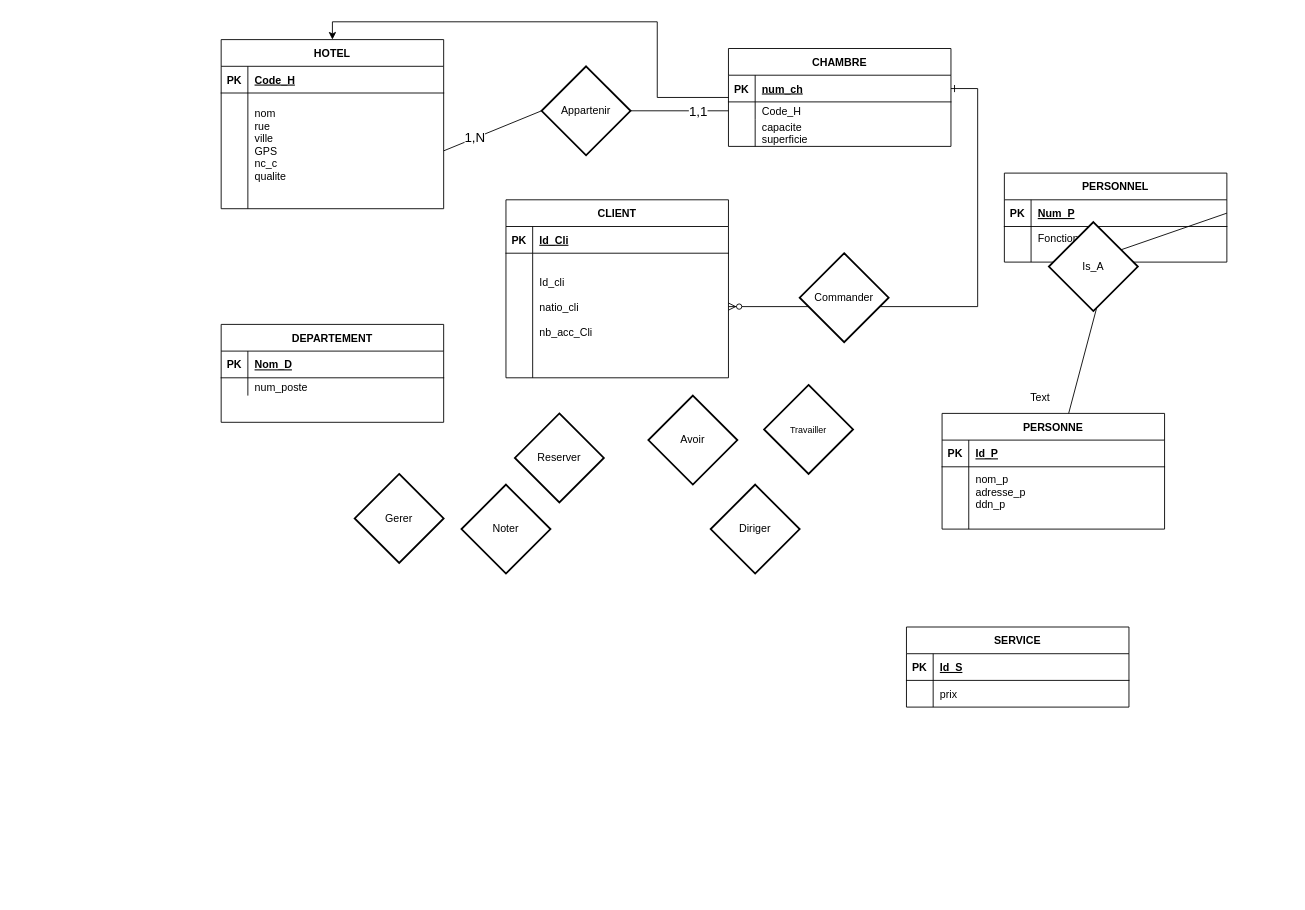
Before: bd/diagramme_EA_SAE.drawio in Loris-Gr/repertoire-iut, a draw.io diagram. Source tidied: cells renumbered, new cells numbered last; positions are measured from the earlier drawing's top-left corner, leaving out a move shared by most shapes. Both pictures are drawn from the tidied source at 89%, with x=0, y=0 at pixel (221, 21).
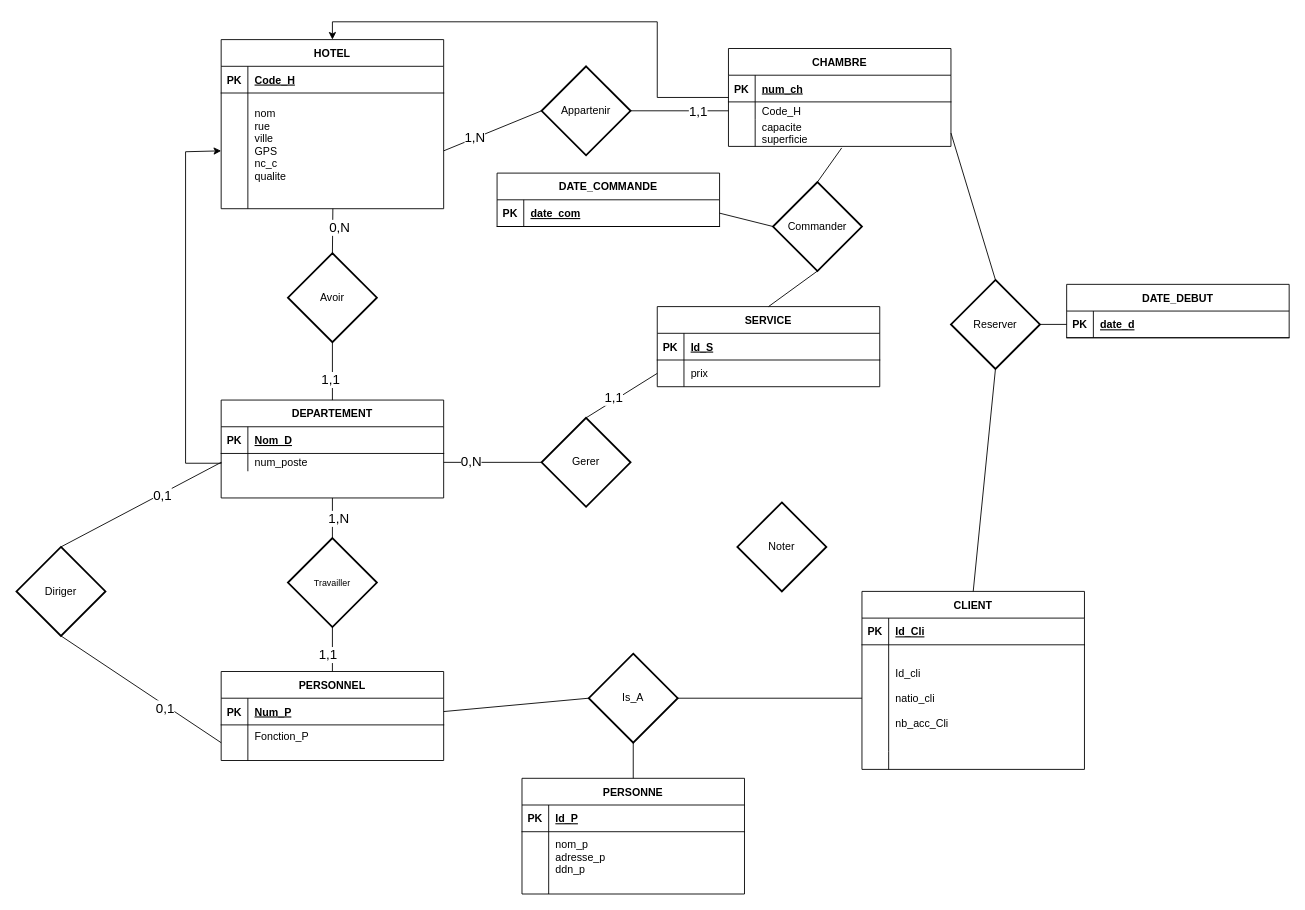
After the change.

Commit message (it also covers changes not shown here):
Mettre à jour diagramme_EA_SAE.drawio

The change refers to these unchanged cells:
```xml
<mxCell id="7" style="shape=partialRectangle;fillColor=none;points=[[0,0.5],[1,0.5]];portConstraint=eastwest;top=0;left=0;right=0;bottom=0;" parent="3" vertex="1">
  <mxGeometry y="60" width="250" height="130" as="geometry" />
</mxCell>
<mxCell id="14" style="shape=partialRectangle;fillColor=none;points=[[0,0.5],[1,0.5]];portConstraint=eastwest;top=0;left=0;right=0;bottom=0;" parent="10" vertex="1">
  <mxGeometry y="60" width="250" height="20" as="geometry" />
</mxCell>
<mxCell id="18" style="shape=partialRectangle;fillColor=none;points=[[0,0.5],[1,0.5]];portConstraint=eastwest;top=0;left=0;right=0;bottom=1;" parent="17" vertex="1">
  <mxGeometry y="30" width="250" height="30" as="geometry" />
</mxCell>
<mxCell id="21" style="shape=partialRectangle;fillColor=none;points=[[0,0.5],[1,0.5]];portConstraint=eastwest;top=0;left=0;right=0;bottom=0;" parent="17" vertex="1">
  <mxGeometry y="60" width="250" height="40" as="geometry" />
</mxCell>
<mxCell id="28" style="shape=partialRectangle;fillColor=none;points=[[0,0.5],[1,0.5]];portConstraint=eastwest;top=0;left=0;right=0;bottom=0;" parent="24" vertex="1">
  <mxGeometry y="60" width="250" height="30" as="geometry" />
</mxCell>
<mxCell id="42" style="shape=partialRectangle;fillColor=none;points=[[0,0.5],[1,0.5]];portConstraint=eastwest;top=0;left=0;right=0;bottom=0;" parent="38" vertex="1">
  <mxGeometry y="60" width="250" height="120" as="geometry" />
</mxCell>
<mxCell id="50" style="shape=partialRectangle;fillColor=none;points=[[0,0.5],[1,0.5]];portConstraint=eastwest;top=0;left=0;right=0;bottom=1;" parent="49" vertex="1">
  <mxGeometry y="30" width="250" height="30" as="geometry" />
</mxCell>
<mxCell id="56" style="shape=partialRectangle;fillColor=none;points=[[0,0.5],[1,0.5]];portConstraint=eastwest;top=0;left=0;right=0;bottom=0;" parent="49" vertex="1">
  <mxGeometry y="80" width="250" height="30" as="geometry" />
</mxCell>
```

What changed in the source:
```diff
@@
-    <mxCell id="2" style="edgeStyle=entityRelationEdgeStyle;endArrow=ERzeroToMany;startArrow=ERone;endFill=1;startFill=0;rounded=0;" parent="1" edge="1" source="50" target="42">
-      <mxGeometry relative="1" as="geometry" />
-    </mxCell>
@@
+    <mxCell id="74" style="edgeStyle=orthogonalEdgeStyle;rounded=0;jettySize=auto;html=1;entryX=0;entryY=0.5;entryDx=0;entryDy=0;exitX=0;exitY=0.5;exitDx=0;exitDy=0;" parent="1" edge="1" source="14" target="7">
+      <mxGeometry relative="1" as="geometry">
+        <Array as="points">
+          <mxPoint x="-40" y="496" />
+          <mxPoint x="-40" y="146" />
+        </Array>
+      </mxGeometry>
+    </mxCell>
     <mxCell id="10" value="DEPARTEMENT" style="shape=table;startSize=30;childLayout=tableLayout;rowLines=0;fontStyle=1;align=center;" parent="1" vertex="1">
-      <mxGeometry y="340" width="250" height="110" as="geometry" />
+      <mxGeometry y="425" width="250" height="110" as="geometry" />
     </mxCell>
@@
     <mxCell id="17" value="PERSONNEL" style="shape=table;startSize=30;childLayout=tableLayout;rowLines=0;fontStyle=1;align=center;" parent="1" vertex="1">
-      <mxGeometry x="880" y="170" width="250" height="100" as="geometry" />
+      <mxGeometry y="730" width="250" height="100" as="geometry" />
     </mxCell>
@@
     <mxCell id="24" value="SERVICE" style="shape=table;startSize=30;childLayout=tableLayout;rowLines=0;fontStyle=1;align=center;" parent="1" vertex="1">
-      <mxGeometry x="770" y="680" width="250" height="90" as="geometry" />
+      <mxGeometry x="490" y="320" width="250" height="90" as="geometry" />
     </mxCell>
@@
     <mxCell id="31" value="PERSONNE" style="shape=table;startSize=30;childLayout=tableLayout;rowLines=0;fontStyle=1;align=center;" parent="1" vertex="1">
-      <mxGeometry x="810" y="440" width="250" height="130" as="geometry" />
+      <mxGeometry x="338" y="850" width="250" height="130" as="geometry" />
     </mxCell>
@@
     <mxCell id="38" value="CLIENT" style="shape=table;startSize=30;childLayout=tableLayout;rowLines=0;fontStyle=1;align=center;" parent="1" vertex="1">
-      <mxGeometry x="320" y="200" width="250" height="200" as="geometry" />
+      <mxGeometry x="720" y="640" width="250" height="200" as="geometry" />
     </mxCell>
@@
-    <mxCell id="59" style="endArrow=none;html=1;rounded=0;entryX=1;entryY=0.5;entryDx=0;entryDy=0;" parent="1" edge="1" source="31" target="18">
-      <mxGeometry relative="1" as="geometry">
-        <Array as="points">
-          <mxPoint x="1000" y="260" />
-        </Array>
-      </mxGeometry>
+    <mxCell id="59" style="endArrow=none;html=1;rounded=0;entryX=1;entryY=0.5;entryDx=0;entryDy=0;exitX=0;exitY=0.5;exitDx=0;exitDy=0;exitPerimeter=0;" parent="1" edge="1" source="68" target="18">
+      <mxGeometry relative="1" as="geometry" />
     </mxCell>
-    <mxCell id="60" value="Text" style="text;html=1;align=center;verticalAlign=middle;strokeColor=none;fillColor=none;" parent="1" vertex="1">
-      <mxGeometry x="895" y="408" width="50" height="30" as="geometry" />
-    </mxCell>
     <mxCell id="61" value="Reserver" style="strokeWidth=2;html=1;shape=mxgraph.flowchart.decision;whiteSpace=wrap;" parent="1" vertex="1">
-      <mxGeometry x="330" y="440" width="100" height="100" as="geometry" />
+      <mxGeometry x="820" y="290" width="100" height="100" as="geometry" />
     </mxCell>
     <mxCell id="62" value="Commander" style="strokeWidth=2;html=1;shape=mxgraph.flowchart.decision;whiteSpace=wrap;" parent="1" vertex="1">
-      <mxGeometry x="650" y="260" width="100" height="100" as="geometry" />
+      <mxGeometry x="620" y="180" width="100" height="100" as="geometry" />
     </mxCell>
     <mxCell id="63" value="Noter" style="strokeWidth=2;html=1;shape=mxgraph.flowchart.decision;whiteSpace=wrap;" parent="1" vertex="1">
-      <mxGeometry x="270" y="520" width="100" height="100" as="geometry" />
+      <mxGeometry x="580" y="540" width="100" height="100" as="geometry" />
     </mxCell>
     <mxCell id="64" value="Avoir" style="strokeWidth=2;html=1;shape=mxgraph.flowchart.decision;whiteSpace=wrap;" parent="1" vertex="1">
-      <mxGeometry x="480" y="420" width="100" height="100" as="geometry" />
+      <mxGeometry x="75" y="260" width="100" height="100" as="geometry" />
     </mxCell>
     <mxCell id="65" value="Gerer" style="strokeWidth=2;html=1;shape=mxgraph.flowchart.decision;whiteSpace=wrap;" parent="1" vertex="1">
-      <mxGeometry x="150" y="508" width="100" height="100" as="geometry" />
+      <mxGeometry x="360" y="445" width="100" height="100" as="geometry" />
     </mxCell>
     <mxCell id="66" value="Diriger" style="strokeWidth=2;html=1;shape=mxgraph.flowchart.decision;whiteSpace=wrap;" parent="1" vertex="1">
-      <mxGeometry x="550" y="520" width="100" height="100" as="geometry" />
+      <mxGeometry x="-230" y="590" width="100" height="100" as="geometry" />
     </mxCell>
     <mxCell id="67" value="&lt;font size=&quot;1&quot;&gt;Travailler&lt;/font&gt;" style="strokeWidth=2;html=1;shape=mxgraph.flowchart.decision;whiteSpace=wrap;" parent="1" vertex="1">
-      <mxGeometry x="610" y="408" width="100" height="100" as="geometry" />
+      <mxGeometry x="75" y="580" width="100" height="100" as="geometry" />
     </mxCell>
     <mxCell id="68" value="Is_A" style="strokeWidth=2;html=1;shape=mxgraph.flowchart.decision;whiteSpace=wrap;" parent="1" vertex="1">
-      <mxGeometry x="930" y="225" width="100" height="100" as="geometry" />
+      <mxGeometry x="413" y="710" width="100" height="100" as="geometry" />
     </mxCell>
@@
+    <mxCell id="75" style="endArrow=none;html=1;rounded=0;exitX=0.5;exitY=0;exitDx=0;exitDy=0;entryX=0.5;entryY=1;entryDx=0;entryDy=0;entryPerimeter=0;" parent="1" edge="1" source="10" target="64">
+      <mxGeometry relative="1" as="geometry" />
+    </mxCell>
+    <mxCell id="76" value="&lt;font style=&quot;font-size: 15px;&quot;&gt;1,1&lt;br&gt;&lt;/font&gt;" style="edgeLabel;html=1;align=center;verticalAlign=middle;" parent="75" vertex="1">
+      <mxGeometry x="-0.27" y="3" relative="1" as="geometry" />
+    </mxCell>
+    <mxCell id="77" style="endArrow=none;html=1;rounded=0;exitX=0.5;exitY=0;exitDx=0;exitDy=0;entryX=0.502;entryY=1;entryDx=0;entryDy=0;entryPerimeter=0;exitPerimeter=0;" parent="1" edge="1" source="64" target="7">
+      <mxGeometry relative="1" as="geometry" />
+    </mxCell>
+    <mxCell id="78" value="&lt;font style=&quot;font-size: 15px;&quot;&gt;0,N&lt;/font&gt;" style="edgeLabel;html=1;align=center;verticalAlign=middle;" parent="77" vertex="1">
+      <mxGeometry x="0.2" y="-7" relative="1" as="geometry" />
+    </mxCell>
+    <mxCell id="79" style="endArrow=none;html=1;rounded=0;entryX=0.5;entryY=0;entryDx=0;entryDy=0;entryPerimeter=0;exitX=0.5;exitY=1;exitDx=0;exitDy=0;" parent="1" edge="1" source="10" target="67">
+      <mxGeometry relative="1" as="geometry" />
+    </mxCell>
+    <mxCell id="80" value="&lt;font style=&quot;font-size: 15px;&quot;&gt;1,N&lt;/font&gt;" style="edgeLabel;html=1;align=center;verticalAlign=middle;" parent="79" vertex="1">
+      <mxGeometry x="0.04" y="6" relative="1" as="geometry">
+        <mxPoint y="-1" as="offset" />
+      </mxGeometry>
+    </mxCell>
+    <mxCell id="81" style="endArrow=none;html=1;rounded=0;entryX=0.5;entryY=0;entryDx=0;entryDy=0;exitX=0.5;exitY=1;exitDx=0;exitDy=0;exitPerimeter=0;" parent="1" edge="1" source="67" target="17">
+      <mxGeometry relative="1" as="geometry" />
+    </mxCell>
+    <mxCell id="82" value="&lt;font style=&quot;font-size: 15px;&quot;&gt;1,1&lt;/font&gt;" style="edgeLabel;html=1;align=center;verticalAlign=middle;" parent="81" vertex="1">
+      <mxGeometry x="0.15" y="-6" relative="1" as="geometry">
+        <mxPoint y="1" as="offset" />
+      </mxGeometry>
+    </mxCell>
+    <mxCell id="83" style="endArrow=none;html=1;rounded=0;entryX=0;entryY=0.5;entryDx=0;entryDy=0;exitX=0.5;exitY=1;exitDx=0;exitDy=0;exitPerimeter=0;" parent="1" edge="1" source="66" target="21">
+      <mxGeometry relative="1" as="geometry" />
+    </mxCell>
+    <mxCell id="84" value="&lt;font style=&quot;font-size: 15px;&quot;&gt;0,1&lt;br&gt;&lt;/font&gt;" style="edgeLabel;html=1;align=center;verticalAlign=middle;" parent="83" vertex="1">
+      <mxGeometry x="0.3" y="-3" relative="1" as="geometry">
+        <mxPoint x="1" as="offset" />
+      </mxGeometry>
+    </mxCell>
+    <mxCell id="85" style="endArrow=none;html=1;rounded=0;entryX=0;entryY=0.5;entryDx=0;entryDy=0;exitX=0.5;exitY=0;exitDx=0;exitDy=0;exitPerimeter=0;" parent="1" edge="1" source="66" target="14">
+      <mxGeometry relative="1" as="geometry" />
+    </mxCell>
+    <mxCell id="86" value="&lt;font style=&quot;font-size: 15px;&quot;&gt;0,1&lt;/font&gt;" style="edgeLabel;html=1;align=center;verticalAlign=middle;" parent="85" vertex="1">
+      <mxGeometry x="0.26" y="-1" relative="1" as="geometry" />
+    </mxCell>
+    <mxCell id="87" style="endArrow=none;html=1;rounded=0;exitX=1;exitY=0.5;exitDx=0;exitDy=0;entryX=0;entryY=0.5;entryDx=0;entryDy=0;entryPerimeter=0;" parent="1" edge="1" source="14" target="65">
+      <mxGeometry relative="1" as="geometry" />
+    </mxCell>
+    <mxCell id="88" value="&lt;font style=&quot;font-size: 15px;&quot;&gt;0,N&lt;/font&gt;" style="edgeLabel;html=1;align=center;verticalAlign=middle;" parent="87" vertex="1">
+      <mxGeometry x="-0.48" y="2" relative="1" as="geometry">
+        <mxPoint x="1" as="offset" />
+      </mxGeometry>
+    </mxCell>
+    <mxCell id="89" style="endArrow=none;html=1;rounded=0;exitX=0;exitY=0.5;exitDx=0;exitDy=0;entryX=0.5;entryY=0;entryDx=0;entryDy=0;entryPerimeter=0;" parent="1" edge="1" source="28" target="65">
+      <mxGeometry relative="1" as="geometry" />
+    </mxCell>
+    <mxCell id="90" value="&lt;font style=&quot;font-size: 15px;&quot;&gt;1,1&lt;/font&gt;" style="edgeLabel;html=1;align=center;verticalAlign=middle;" parent="89" vertex="1">
+      <mxGeometry x="0.18" y="-4" relative="1" as="geometry" />
+    </mxCell>
+    <mxCell id="91" style="endArrow=none;html=1;rounded=0;exitX=0.5;exitY=0;exitDx=0;exitDy=0;entryX=0.5;entryY=1;entryDx=0;entryDy=0;entryPerimeter=0;" parent="1" edge="1" source="31" target="68">
+      <mxGeometry relative="1" as="geometry" />
+    </mxCell>
+    <mxCell id="92" style="endArrow=none;html=1;rounded=0;exitX=0;exitY=0.5;exitDx=0;exitDy=0;entryX=1;entryY=0.5;entryDx=0;entryDy=0;entryPerimeter=0;" parent="1" edge="1" source="42" target="68">
+      <mxGeometry relative="1" as="geometry" />
+    </mxCell>
+    <mxCell id="93" value="DATE_COMMANDE" style="shape=table;startSize=30;childLayout=tableLayout;rowLines=0;fontStyle=1;align=center;" parent="1" vertex="1">
+      <mxGeometry x="310" y="170" width="250" height="60" as="geometry" />
+    </mxCell>
+    <mxCell id="94" style="shape=partialRectangle;fillColor=none;points=[[0,0.5],[1,0.5]];portConstraint=eastwest;top=0;left=0;right=0;bottom=1;" parent="93" vertex="1">
+      <mxGeometry y="30" width="250" height="30" as="geometry" />
+    </mxCell>
+    <mxCell id="95" value="PK" style="shape=partialRectangle;overflow=hidden;fillColor=none;top=0;left=0;bottom=0;right=0;fontStyle=1;" parent="94" vertex="1">
+      <mxGeometry width="30" height="30" as="geometry" />
+    </mxCell>
+    <mxCell id="96" value="date_com" style="shape=partialRectangle;overflow=hidden;fillColor=none;top=0;left=0;bottom=0;right=0;align=left;spacingLeft=6;fontStyle=5;" parent="94" vertex="1">
+      <mxGeometry x="30" width="220" height="30" as="geometry" />
+    </mxCell>
+    <mxCell id="97" value="DATE_DEBUT" style="shape=table;startSize=30;childLayout=tableLayout;rowLines=0;fontStyle=1;align=center;" parent="1" vertex="1">
+      <mxGeometry x="950" y="295" width="250" height="60" as="geometry" />
+    </mxCell>
+    <mxCell id="98" style="shape=partialRectangle;fillColor=none;points=[[0,0.5],[1,0.5]];portConstraint=eastwest;top=0;left=0;right=0;bottom=1;" parent="97" vertex="1">
+      <mxGeometry y="30" width="250" height="30" as="geometry" />
+    </mxCell>
+    <mxCell id="99" value="PK" style="shape=partialRectangle;overflow=hidden;fillColor=none;top=0;left=0;bottom=0;right=0;fontStyle=1;" parent="98" vertex="1">
+      <mxGeometry width="30" height="30" as="geometry" />
+    </mxCell>
+    <mxCell id="100" value="date_d" style="shape=partialRectangle;overflow=hidden;fillColor=none;top=0;left=0;bottom=0;right=0;align=left;spacingLeft=6;fontStyle=5;" parent="98" vertex="1">
+      <mxGeometry x="30" width="220" height="30" as="geometry" />
+    </mxCell>
+    <mxCell id="101" style="endArrow=none;html=1;rounded=0;exitX=0.509;exitY=1.056;exitDx=0;exitDy=0;entryX=0.5;entryY=0;entryDx=0;entryDy=0;entryPerimeter=0;exitPerimeter=0;" parent="1" edge="1" source="56" target="62">
+      <mxGeometry relative="1" as="geometry" />
+    </mxCell>
+    <mxCell id="102" style="endArrow=none;html=1;rounded=0;exitX=1;exitY=0.5;exitDx=0;exitDy=0;entryX=0;entryY=0.5;entryDx=0;entryDy=0;entryPerimeter=0;" parent="1" edge="1" source="94" target="62">
+      <mxGeometry relative="1" as="geometry" />
+    </mxCell>
+    <mxCell id="103" style="endArrow=none;html=1;rounded=0;exitX=0.5;exitY=1;exitDx=0;exitDy=0;exitPerimeter=0;entryX=0.5;entryY=0;entryDx=0;entryDy=0;" parent="1" edge="1" source="62" target="24">
+      <mxGeometry relative="1" as="geometry" />
+    </mxCell>
+    <mxCell id="104" style="endArrow=none;html=1;rounded=0;exitX=0;exitY=0.5;exitDx=0;exitDy=0;entryX=1;entryY=0.5;entryDx=0;entryDy=0;entryPerimeter=0;" parent="1" edge="1" source="98" target="61">
+      <mxGeometry relative="1" as="geometry" />
+    </mxCell>
+    <mxCell id="105" style="endArrow=none;html=1;rounded=0;entryX=0.5;entryY=1;entryDx=0;entryDy=0;entryPerimeter=0;exitX=0.5;exitY=0;exitDx=0;exitDy=0;" parent="1" edge="1" source="38" target="61">
+      <mxGeometry relative="1" as="geometry" />
+    </mxCell>
+    <mxCell id="106" style="endArrow=none;html=1;rounded=0;entryX=0.5;entryY=0;entryDx=0;entryDy=0;entryPerimeter=0;exitX=1;exitY=0.5;exitDx=0;exitDy=0;" parent="1" edge="1" source="56" target="61">
+      <mxGeometry relative="1" as="geometry" />
+    </mxCell>
```
